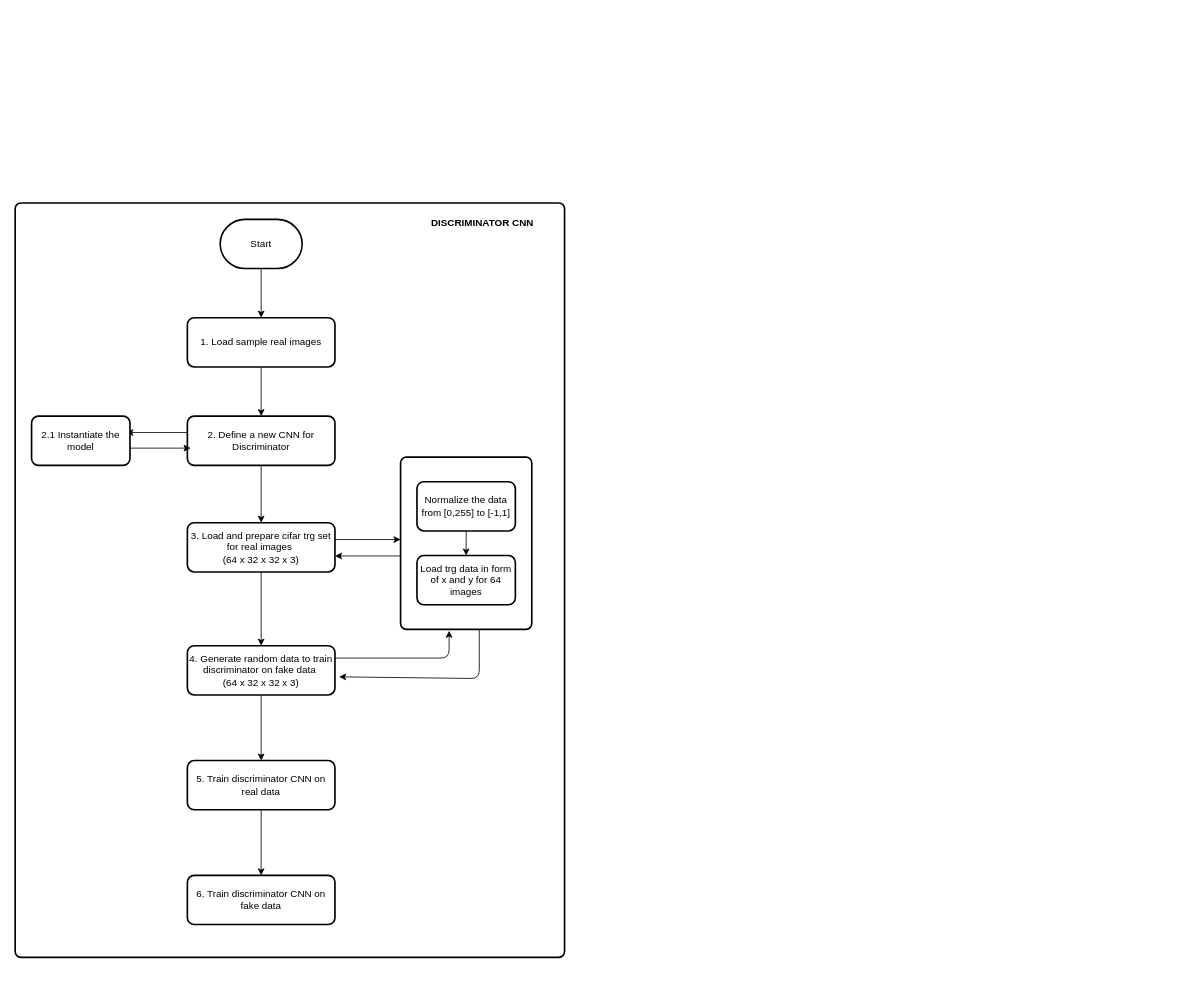
This is _posts/concepts/genai/diagrams/gan.drawio from samratkar/samratkar.github.io, a draw.io file, before an edit. Source tidied: cells renumbered, new cells numbered last; positions are measured from the earlier drawing's top-left corner, leaving out a move shared by most shapes. Both pictures are drawn from the tidied source at 82%, with x=0, y=0 at pixel (15, 203).
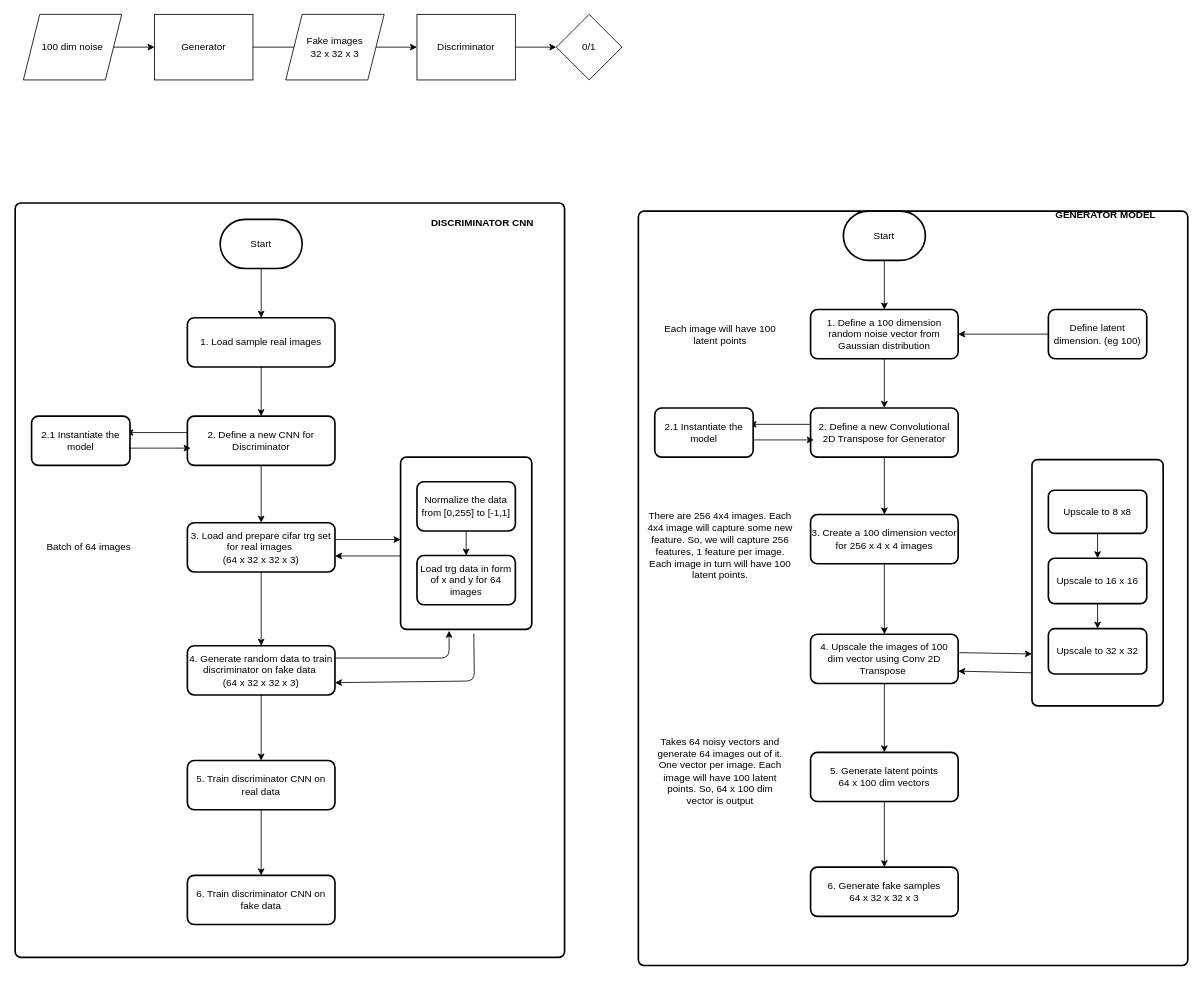
The same page after the edit.

The change refers to these unchanged cells:
```xml
<mxCell id="2" style="group;" parent="1" vertex="1">
  <mxGeometry width="670" height="920" as="geometry" />
</mxCell>
<mxCell id="16" value="4. Generate random data to train discriminator on fake data&amp;nbsp;&lt;div&gt;(64 x 32 x 32 x 3)&lt;/div&gt;" style="whiteSpace=wrap;html=1;rounded=1;arcSize=14;strokeWidth=2;" parent="2" vertex="1">
  <mxGeometry x="210" y="540" width="180" height="60" as="geometry" />
</mxCell>
<mxCell id="20" style="group;" parent="2" vertex="1">
  <mxGeometry x="470" y="310" width="160" height="210" as="geometry" />
</mxCell>
<mxCell id="21" style="rounded=1;whiteSpace=wrap;html=1;absoluteArcSize=1;arcSize=14;strokeWidth=2;" parent="20" vertex="1">
  <mxGeometry width="160" height="210" as="geometry" />
</mxCell>
<mxCell id="23" value="Normalize the data from [0,255] to [-1,1]" style="whiteSpace=wrap;html=1;rounded=1;arcSize=14;strokeWidth=2;" parent="20" vertex="1">
  <mxGeometry x="20" y="30" width="120" height="60" as="geometry" />
</mxCell>
<mxCell id="24" value="Load trg data in form of x and y for 64 images" style="whiteSpace=wrap;html=1;rounded=1;arcSize=14;strokeWidth=2;" parent="20" vertex="1">
  <mxGeometry x="20" y="120" width="120" height="60" as="geometry" />
</mxCell>
```

The edit, as a diff of the source:
```diff
@@
-    <mxCell id="22" style="edgeStyle=none;html=1;" parent="20" edge="1" source="23" target="24">
+    <mxCell id="22" style="edgeStyle=none;html=1;flowAnimation=1;" parent="20" edge="1" source="23" target="24">
       <mxGeometry relative="1" as="geometry" />
     </mxCell>
@@
-    <mxCell id="25" style="edgeStyle=none;html=1;entryX=1.028;entryY=0.632;entryDx=0;entryDy=0;exitX=0.6;exitY=1;exitDx=0;exitDy=0;entryPerimeter=0;exitPerimeter=0;flowAnimation=1;" parent="2" edge="1" source="21" target="16">
+    <mxCell id="25" style="edgeStyle=none;html=1;exitX=0.558;exitY=1.01;exitDx=0;exitDy=0;flowAnimation=1;exitPerimeter=0;entryX=1;entryY=0.75;entryDx=0;entryDy=0;" parent="2" edge="1" target="16">
       <mxGeometry relative="1" as="geometry">
+        <mxPoint x="559.3" y="525.1" as="sourcePoint" />
         <Array as="points">
-          <mxPoint x="566" y="580" />
+          <mxPoint x="560" y="583" />
         </Array>
       </mxGeometry>
     </mxCell>
@@
+    <mxCell id="30" value="Batch of 64 images" style="text;html=1;align=center;verticalAlign=middle;whiteSpace=wrap;rounded=0;" parent="2" vertex="1">
+      <mxGeometry x="10" y="397.5" width="160" height="45" as="geometry" />
+    </mxCell>
+    <mxCell id="31" style="group;" parent="1" vertex="1">
+      <mxGeometry x="760" y="-10" width="670" height="920" as="geometry" />
+    </mxCell>
+    <mxCell id="32" style="rounded=1;whiteSpace=wrap;html=1;absoluteArcSize=1;arcSize=14;strokeWidth=2;" parent="31" vertex="1">
+      <mxGeometry y="20" width="670" height="920" as="geometry" />
+    </mxCell>
+    <mxCell id="33" style="edgeStyle=none;html=1;entryX=0.5;entryY=0;entryDx=0;entryDy=0;flowAnimation=1;" parent="31" edge="1" source="34" target="36">
+      <mxGeometry relative="1" as="geometry" />
+    </mxCell>
+    <mxCell id="34" value="Start" style="strokeWidth=2;html=1;shape=mxgraph.flowchart.terminator;whiteSpace=wrap;" parent="31" vertex="1">
+      <mxGeometry x="250" y="20" width="100" height="60" as="geometry" />
+    </mxCell>
+    <mxCell id="35" style="edgeStyle=none;html=1;flowAnimation=1;" parent="31" edge="1" source="36" target="39">
+      <mxGeometry relative="1" as="geometry" />
+    </mxCell>
+    <mxCell id="36" value="1. Define a 100 dimension random noise vector from Gaussian distribution" style="rounded=1;whiteSpace=wrap;html=1;arcSize=14;strokeWidth=2;" parent="31" vertex="1">
+      <mxGeometry x="210" y="140" width="180" height="60" as="geometry" />
+    </mxCell>
+    <mxCell id="37" style="edgeStyle=none;html=1;flowAnimation=1;" parent="31" edge="1" source="39" target="41">
+      <mxGeometry relative="1" as="geometry" />
+    </mxCell>
+    <mxCell id="38" style="edgeStyle=none;html=1;flowAnimation=1;" parent="31" edge="1">
+      <mxGeometry relative="1" as="geometry">
+        <mxPoint x="215" y="280" as="sourcePoint" />
+        <mxPoint x="135.5" y="280" as="targetPoint" />
+      </mxGeometry>
+    </mxCell>
+    <mxCell id="39" value="2. Define a new Convolutional 2D Transpose for Generator" style="whiteSpace=wrap;html=1;rounded=1;arcSize=14;strokeWidth=2;" parent="31" vertex="1">
+      <mxGeometry x="210" y="260" width="180" height="60" as="geometry" />
+    </mxCell>
+    <mxCell id="40" style="edgeStyle=none;html=1;flowAnimation=1;" parent="31" edge="1" source="41" target="43">
+      <mxGeometry relative="1" as="geometry" />
+    </mxCell>
+    <mxCell id="41" value="3. Create a 100 dimension vector for 256 x 4 x 4 images" style="whiteSpace=wrap;html=1;rounded=1;arcSize=14;strokeWidth=2;" parent="31" vertex="1">
+      <mxGeometry x="210" y="390" width="180" height="60" as="geometry" />
+    </mxCell>
+    <mxCell id="42" style="edgeStyle=none;html=1;flowAnimation=1;" parent="31" edge="1" source="43" target="55">
+      <mxGeometry relative="1" as="geometry" />
+    </mxCell>
+    <mxCell id="43" value="4. Upscale the images of 100 dim vector using Conv 2D Transpose&amp;nbsp;" style="whiteSpace=wrap;html=1;rounded=1;arcSize=14;strokeWidth=2;" parent="31" vertex="1">
+      <mxGeometry x="210" y="536" width="180" height="60" as="geometry" />
+    </mxCell>
+    <mxCell id="44" style="edgeStyle=none;html=1;entryX=0;entryY=0.5;entryDx=0;entryDy=0;flowAnimation=1;" parent="31" edge="1">
+      <mxGeometry relative="1" as="geometry">
+        <mxPoint x="134.5" y="299" as="sourcePoint" />
+        <mxPoint x="214" y="299" as="targetPoint" />
+      </mxGeometry>
+    </mxCell>
+    <mxCell id="45" value="2.1 Instantiate the model" style="whiteSpace=wrap;html=1;rounded=1;arcSize=14;strokeWidth=2;" parent="31" vertex="1">
+      <mxGeometry x="20" y="260" width="120" height="60" as="geometry" />
+    </mxCell>
+    <mxCell id="46" style="group;" parent="31" vertex="1">
+      <mxGeometry x="480" y="300" width="160" height="310" as="geometry" />
+    </mxCell>
+    <mxCell id="47" style="rounded=1;whiteSpace=wrap;html=1;absoluteArcSize=1;arcSize=14;strokeWidth=2;" parent="46" vertex="1">
+      <mxGeometry y="23" width="160" height="300.3" as="geometry" />
+    </mxCell>
+    <mxCell id="48" style="edgeStyle=none;html=1;flowAnimation=1;" parent="46" edge="1" source="49" target="51">
+      <mxGeometry relative="1" as="geometry" />
+    </mxCell>
+    <mxCell id="49" value="Upscale to 8 x8" style="whiteSpace=wrap;html=1;rounded=1;arcSize=14;strokeWidth=2;" parent="46" vertex="1">
+      <mxGeometry x="20" y="60.3" width="120" height="52.6" as="geometry" />
+    </mxCell>
+    <mxCell id="50" style="edgeStyle=none;html=1;flowAnimation=1;" parent="46" edge="1" source="51" target="52">
+      <mxGeometry relative="1" as="geometry" />
+    </mxCell>
+    <mxCell id="51" value="Upscale to 16 x 16" style="whiteSpace=wrap;html=1;rounded=1;arcSize=14;strokeWidth=2;" parent="46" vertex="1">
+      <mxGeometry x="20" y="143.3" width="120" height="55.4" as="geometry" />
+    </mxCell>
+    <mxCell id="52" value="Upscale to 32 x 32" style="whiteSpace=wrap;html=1;rounded=1;arcSize=14;strokeWidth=2;" parent="46" vertex="1">
+      <mxGeometry x="20" y="229.1" width="120" height="55.4" as="geometry" />
+    </mxCell>
+    <mxCell id="53" style="edgeStyle=none;html=1;flowAnimation=1;entryX=1;entryY=0.75;entryDx=0;entryDy=0;" parent="31" edge="1" target="43">
+      <mxGeometry relative="1" as="geometry">
+        <mxPoint x="480" y="583" as="sourcePoint" />
+      </mxGeometry>
+    </mxCell>
+    <mxCell id="54" style="edgeStyle=none;html=1;flowAnimation=1;" parent="31" edge="1" source="55" target="56">
+      <mxGeometry relative="1" as="geometry" />
+    </mxCell>
+    <mxCell id="55" value="5. Generate latent points&lt;div&gt;64 x 100 dim vectors&lt;/div&gt;" style="whiteSpace=wrap;html=1;rounded=1;arcSize=14;strokeWidth=2;" parent="31" vertex="1">
+      <mxGeometry x="210" y="680" width="180" height="60" as="geometry" />
+    </mxCell>
+    <mxCell id="56" value="6. Generate fake samples&lt;div&gt;64 x 32 x 32 x 3&lt;/div&gt;" style="whiteSpace=wrap;html=1;rounded=1;arcSize=14;strokeWidth=2;" parent="31" vertex="1">
+      <mxGeometry x="210" y="820" width="180" height="60" as="geometry" />
+    </mxCell>
+    <mxCell id="57" value="GENERATOR MODEL" style="text;html=1;align=center;verticalAlign=middle;whiteSpace=wrap;rounded=0;fontStyle=1;" parent="31" vertex="1">
+      <mxGeometry x="490" y="10" width="160" height="30" as="geometry" />
+    </mxCell>
+    <mxCell id="58" value="There are 256 4x4 images. Each 4x4 image will capture some new feature. So, we will capture 256 features, 1 feature per image. Each image in turn will have 100 latent points." style="text;html=1;align=center;verticalAlign=middle;whiteSpace=wrap;rounded=0;" parent="31" vertex="1">
+      <mxGeometry x="10" y="405" width="180" height="45" as="geometry" />
+    </mxCell>
+    <mxCell id="59" value="Takes 64 noisy vectors and generate 64 images out of it. One vector per image. Each image will have 100 latent points. So, 64 x 100 dim vector is output" style="text;html=1;align=center;verticalAlign=middle;whiteSpace=wrap;rounded=0;" parent="31" vertex="1">
+      <mxGeometry x="20" y="680" width="160" height="45" as="geometry" />
+    </mxCell>
+    <mxCell id="60" value="Each image will have 100 latent points" style="text;html=1;align=center;verticalAlign=middle;whiteSpace=wrap;rounded=0;" parent="31" vertex="1">
+      <mxGeometry x="20" y="148" width="160" height="45" as="geometry" />
+    </mxCell>
+    <mxCell id="61" style="edgeStyle=none;html=1;flowAnimation=1;" parent="1" edge="1" source="62" target="36">
+      <mxGeometry relative="1" as="geometry" />
+    </mxCell>
+    <mxCell id="62" value="Define latent dimension. (eg 100)" style="whiteSpace=wrap;html=1;rounded=1;arcSize=14;strokeWidth=2;" parent="1" vertex="1">
+      <mxGeometry x="1260" y="130" width="120" height="60" as="geometry" />
+    </mxCell>
+    <mxCell id="63" style="edgeStyle=none;html=1;flowAnimation=1;exitX=1.007;exitY=0.373;exitDx=0;exitDy=0;exitPerimeter=0;" parent="1" edge="1" source="43">
+      <mxGeometry relative="1" as="geometry">
+        <mxPoint x="1240" y="550" as="targetPoint" />
+      </mxGeometry>
+    </mxCell>
+    <mxCell id="64" style="edgeStyle=none;html=1;" parent="1" edge="1" source="65">
+      <mxGeometry relative="1" as="geometry">
+        <mxPoint x="370" y="-190" as="targetPoint" />
+      </mxGeometry>
+    </mxCell>
+    <mxCell id="65" value="Generator" style="whiteSpace=wrap;html=1;" parent="1" vertex="1">
+      <mxGeometry x="170" y="-230" width="120" height="80" as="geometry" />
+    </mxCell>
+    <mxCell id="66" style="edgeStyle=none;html=1;entryX=0;entryY=0.5;entryDx=0;entryDy=0;" parent="1" edge="1" source="67" target="65">
+      <mxGeometry relative="1" as="geometry" />
+    </mxCell>
+    <mxCell id="67" value="100 dim noise" style="shape=parallelogram;perimeter=parallelogramPerimeter;whiteSpace=wrap;html=1;fixedSize=1;" parent="1" vertex="1">
+      <mxGeometry x="10" y="-230" width="120" height="80" as="geometry" />
+    </mxCell>
+    <mxCell id="68" style="edgeStyle=none;html=1;" parent="1" edge="1" source="69" target="71">
+      <mxGeometry relative="1" as="geometry" />
+    </mxCell>
+    <mxCell id="69" value="Fake images&lt;div&gt;32 x 32 x 3&lt;/div&gt;" style="shape=parallelogram;perimeter=parallelogramPerimeter;whiteSpace=wrap;html=1;fixedSize=1;" parent="1" vertex="1">
+      <mxGeometry x="330" y="-230" width="120" height="80" as="geometry" />
+    </mxCell>
+    <mxCell id="70" style="edgeStyle=none;html=1;entryX=0;entryY=0.5;entryDx=0;entryDy=0;" parent="1" edge="1" source="71" target="72">
+      <mxGeometry relative="1" as="geometry" />
+    </mxCell>
+    <mxCell id="71" value="Discriminator" style="whiteSpace=wrap;html=1;" parent="1" vertex="1">
+      <mxGeometry x="490" y="-230" width="120" height="80" as="geometry" />
+    </mxCell>
+    <mxCell id="72" value="0/1" style="rhombus;whiteSpace=wrap;html=1;" parent="1" vertex="1">
+      <mxGeometry x="660" y="-230" width="80" height="80" as="geometry" />
+    </mxCell>
```
